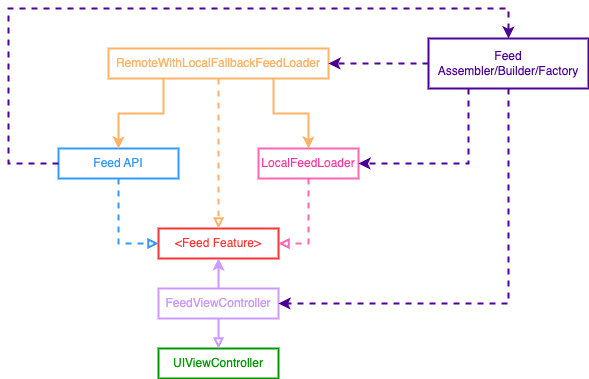
Earlier version of the draw.io export EssentialFeed/EssentialFeed/EssentialFeed.docc/Resources/feed_architecture.png (azalan/EssentialFeedApp). Source tidied: cells renumbered, new cells last; positions are measured from the earlier drawing's top-left corner, leaving out a move shared by most shapes.
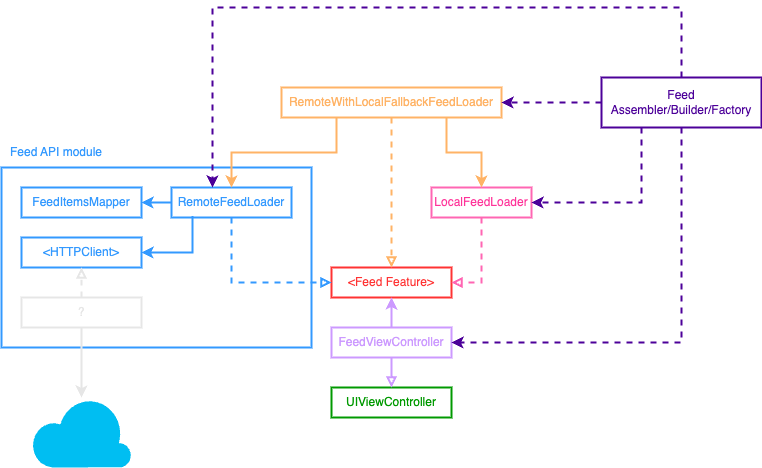
The same file after the commit.

Commit message:
Add details of the Feed module to the architecture diagram

What changed in the source:
```diff
@@ -2,6 +2,9 @@
   <root>
     <mxCell id="0" />
     <mxCell id="1" parent="0" />
+    <mxCell id="20" style="rounded=0;whiteSpace=wrap;html=1;fillColor=none;strokeColor=#3399FF;strokeWidth=2;" parent="1" vertex="1">
+      <mxGeometry x="-180" y="120" width="310" height="180" as="geometry" />
+    </mxCell>
     <mxCell id="2" value="UIViewController" style="rounded=0;whiteSpace=wrap;html=1;strokeColor=#009900;strokeWidth=2;fontColor=#009900;" parent="1" vertex="1">
       <mxGeometry x="150" y="340" width="120" height="30" as="geometry" />
     </mxCell>
@@ -17,8 +20,8 @@
     <mxCell id="6" style="endArrow=classic;html=1;rounded=0;exitX=0.5;exitY=0;exitDx=0;exitDy=0;entryX=0.5;entryY=1;entryDx=0;entryDy=0;strokeColor=#CC99FF;strokeWidth=2;align=center;verticalAlign=middle;fontFamily=Helvetica;fontSize=12;fontColor=#CC99FF;fillColor=default;" parent="1" edge="1" source="3" target="5">
       <mxGeometry relative="1" as="geometry" />
     </mxCell>
-    <mxCell id="7" value="Feed API" style="rounded=0;whiteSpace=wrap;html=1;strokeColor=#3399FF;strokeWidth=2;fontColor=#3399FF;" parent="1" vertex="1">
-      <mxGeometry x="50" y="140" width="120" height="30" as="geometry" />
+    <mxCell id="7" value="RemoteFeedLoader" style="rounded=0;whiteSpace=wrap;html=1;strokeColor=#3399FF;strokeWidth=2;fontColor=#3399FF;" parent="1" vertex="1">
+      <mxGeometry x="-10" y="140" width="120" height="30" as="geometry" />
     </mxCell>
     <mxCell id="8" value="LocalFeedLoader" style="rounded=0;whiteSpace=wrap;html=1;strokeWidth=2;strokeColor=#FF66B3;fontColor=#FF3399;" parent="1" vertex="1">
       <mxGeometry x="250" y="140" width="100" height="30" as="geometry" />
@@ -61,14 +64,44 @@
     <mxCell id="18" style="endArrow=classic;html=1;rounded=0;exitX=0.5;exitY=1;exitDx=0;exitDy=0;entryX=1;entryY=0.5;entryDx=0;entryDy=0;strokeColor=#4C0099;strokeWidth=2;align=center;verticalAlign=middle;fontFamily=Helvetica;fontSize=12;fontColor=#4C0099;fillColor=default;dashed=1;edgeStyle=orthogonalEdgeStyle;" parent="1" edge="1" source="15" target="3">
       <mxGeometry relative="1" as="geometry" />
     </mxCell>
-    <mxCell id="19" style="endArrow=classic;html=1;rounded=0;exitX=0;exitY=0.5;exitDx=0;exitDy=0;entryX=0.5;entryY=0;entryDx=0;entryDy=0;strokeColor=#4C0099;strokeWidth=2;align=center;verticalAlign=middle;fontFamily=Helvetica;fontSize=12;fontColor=#4C0099;fillColor=default;dashed=1;edgeStyle=orthogonalEdgeStyle;" parent="1" edge="1" source="7" target="15">
-      <mxGeometry relative="1" as="geometry">
-        <Array as="points">
-          <mxPoint y="155" />
-          <mxPoint />
-          <mxPoint x="500" />
-        </Array>
-      </mxGeometry>
-    </mxCell>
+    <mxCell id="21" style="endArrow=classic;html=1;rounded=0;exitX=0.5;exitY=0;exitDx=0;exitDy=0;strokeColor=#4C0099;strokeWidth=2;align=center;verticalAlign=middle;fontFamily=Helvetica;fontSize=12;fontColor=#4C0099;fillColor=default;dashed=1;edgeStyle=orthogonalEdgeStyle;" parent="1" edge="1" source="15" target="7">
+      <mxGeometry relative="1" as="geometry">
+        <Array as="points">
+          <mxPoint x="500" y="-40" />
+          <mxPoint x="31" y="-40" />
+        </Array>
+      </mxGeometry>
+    </mxCell>
+    <mxCell id="22" value="Feed API module" style="text;strokeColor=none;align=center;fillColor=none;html=1;verticalAlign=middle;whiteSpace=wrap;rounded=0;fontColor=#3399FF;" parent="1" vertex="1">
+      <mxGeometry x="-180" y="90" width="110" height="30" as="geometry" />
+    </mxCell>
+    <mxCell id="23" value="FeedItemsMapper" style="rounded=0;whiteSpace=wrap;html=1;strokeColor=#3399FF;strokeWidth=2;fontColor=#3399FF;" parent="1" vertex="1">
+      <mxGeometry x="-160" y="140" width="120" height="30" as="geometry" />
+    </mxCell>
+    <mxCell id="24" value="&amp;lt;HTTPClient&amp;gt;" style="rounded=0;whiteSpace=wrap;html=1;strokeColor=#3399FF;strokeWidth=2;fontColor=#3399FF;" parent="1" vertex="1">
+      <mxGeometry x="-160" y="190" width="120" height="30" as="geometry" />
+    </mxCell>
+    <mxCell id="25" value="?" style="rounded=0;whiteSpace=wrap;html=1;strokeColor=#E6E6E6;strokeWidth=2;fontColor=#E6E6E6;" parent="1" vertex="1">
+      <mxGeometry x="-160" y="250" width="120" height="30" as="geometry" />
+    </mxCell>
+    <mxCell id="26" style="endArrow=block;html=1;rounded=0;strokeWidth=2;strokeColor=#E6E6E6;endFill=0;dashed=1;exitX=0.5;exitY=0;exitDx=0;exitDy=0;" parent="1" edge="1" source="25" target="24">
+      <mxGeometry relative="1" as="geometry" />
+    </mxCell>
+    <mxCell id="27" style="endArrow=classic;html=1;rounded=0;exitX=0;exitY=0.5;exitDx=0;exitDy=0;entryX=1;entryY=0.5;entryDx=0;entryDy=0;strokeColor=#3399FF;strokeWidth=2;align=center;verticalAlign=middle;fontFamily=Helvetica;fontSize=12;fontColor=#3399FF;fillColor=default;" parent="1" edge="1" source="7" target="23">
+      <mxGeometry relative="1" as="geometry" />
+    </mxCell>
+    <mxCell id="28" style="endArrow=classic;html=1;rounded=0;exitX=0.175;exitY=0.948;exitDx=0;exitDy=0;entryX=1;entryY=0.5;entryDx=0;entryDy=0;strokeColor=#3399FF;strokeWidth=2;align=center;verticalAlign=middle;fontFamily=Helvetica;fontSize=12;fontColor=#3399FF;fillColor=default;exitPerimeter=0;" parent="1" edge="1" source="7" target="24">
+      <mxGeometry relative="1" as="geometry">
+        <Array as="points">
+          <mxPoint x="11" y="205" />
+        </Array>
+      </mxGeometry>
+    </mxCell>
+    <mxCell id="29" style="verticalLabelPosition=bottom;html=1;verticalAlign=top;align=center;strokeColor=none;fillColor=#00BEF2;shape=mxgraph.azure.cloud;" parent="1" vertex="1">
+      <mxGeometry x="-150" y="350" width="100" height="70" as="geometry" />
+    </mxCell>
+    <mxCell id="30" style="endArrow=classic;html=1;rounded=0;exitX=0.5;exitY=1;exitDx=0;exitDy=0;strokeColor=#E6E6E6;strokeWidth=2;align=center;verticalAlign=middle;fontFamily=Helvetica;fontSize=12;fontColor=#3399FF;fillColor=default;" parent="1" edge="1" source="25" target="29">
+      <mxGeometry relative="1" as="geometry" />
+    </mxCell>
   </root>
 </mxGraphModel>
```
